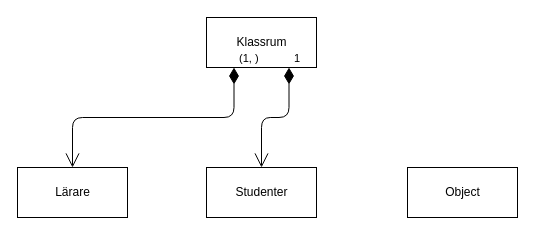
The draw.io diagram page "Page-2" (2 of 2) of Code-Along/UML inheritance.drawio in jwiegert/python-programming-joachim-wiegert, before the edit. Source tidied: cells renumbered, new cells numbered last; positions are measured from the earlier drawing's top-left corner, leaving out a move shared by most shapes. Both pictures are drawn from the tidied source at 100%, with x=0, y=0 at pixel (17, 17).
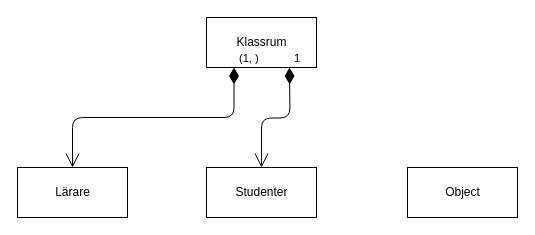
The same diagram, later.

Diff of the diagram source:
```diff
@@
 <mxGraphModel>
   <root>
     <mxCell id="0" />
     <mxCell id="1" parent="0" />
     <mxCell id="2" value="Klassrum" style="html=1;" parent="1" vertex="1">
       <mxGeometry x="189" width="110" height="50" as="geometry" />
     </mxCell>
     <mxCell id="3" value="Studenter" style="html=1;" parent="1" vertex="1">
       <mxGeometry x="189" y="150" width="110" height="50" as="geometry" />
     </mxCell>
     <mxCell id="4" value="Lärare" style="html=1;" parent="1" vertex="1">
       <mxGeometry y="150" width="110" height="50" as="geometry" />
     </mxCell>
     <mxCell id="5" value="Object" style="html=1;" parent="1" vertex="1">
       <mxGeometry x="390" y="150" width="110" height="50" as="geometry" />
     </mxCell>
     <mxCell id="6" value="(1, )" style="endArrow=open;html=1;endSize=12;startArrow=diamondThin;startSize=14;startFill=1;edgeStyle=orthogonalEdgeStyle;align=left;verticalAlign=bottom;exitX=0.25;exitY=1;exitDx=0;exitDy=0;entryX=0.5;entryY=0;entryDx=0;entryDy=0;" parent="1" edge="1" source="2" target="4">
       <mxGeometry x="-1" y="3" relative="1" as="geometry" />
     </mxCell>
-    <mxCell id="7" value="1" style="endArrow=open;html=1;endSize=12;startArrow=diamondThin;startSize=14;startFill=1;edgeStyle=orthogonalEdgeStyle;align=left;verticalAlign=bottom;exitX=0.75;exitY=1;exitDx=0;exitDy=0;entryX=0.5;entryY=0;entryDx=0;entryDy=0;" parent="1" edge="1" source="2" target="3">
-      <mxGeometry x="-1" y="3" relative="1" as="geometry" />
+    <mxCell id="7" value="1" style="endArrow=open;html=1;endSize=12;startArrow=diamondThin;startSize=14;startFill=1;edgeStyle=orthogonalEdgeStyle;align=left;verticalAlign=bottom;entryX=0.5;entryY=0;entryDx=0;entryDy=0;" parent="1" edge="1" target="3">
+      <mxGeometry x="-1" y="3" relative="1" as="geometry">
+        <mxPoint x="272" y="50" as="sourcePoint" />
+      </mxGeometry>
     </mxCell>
   </root>
 </mxGraphModel>
```
